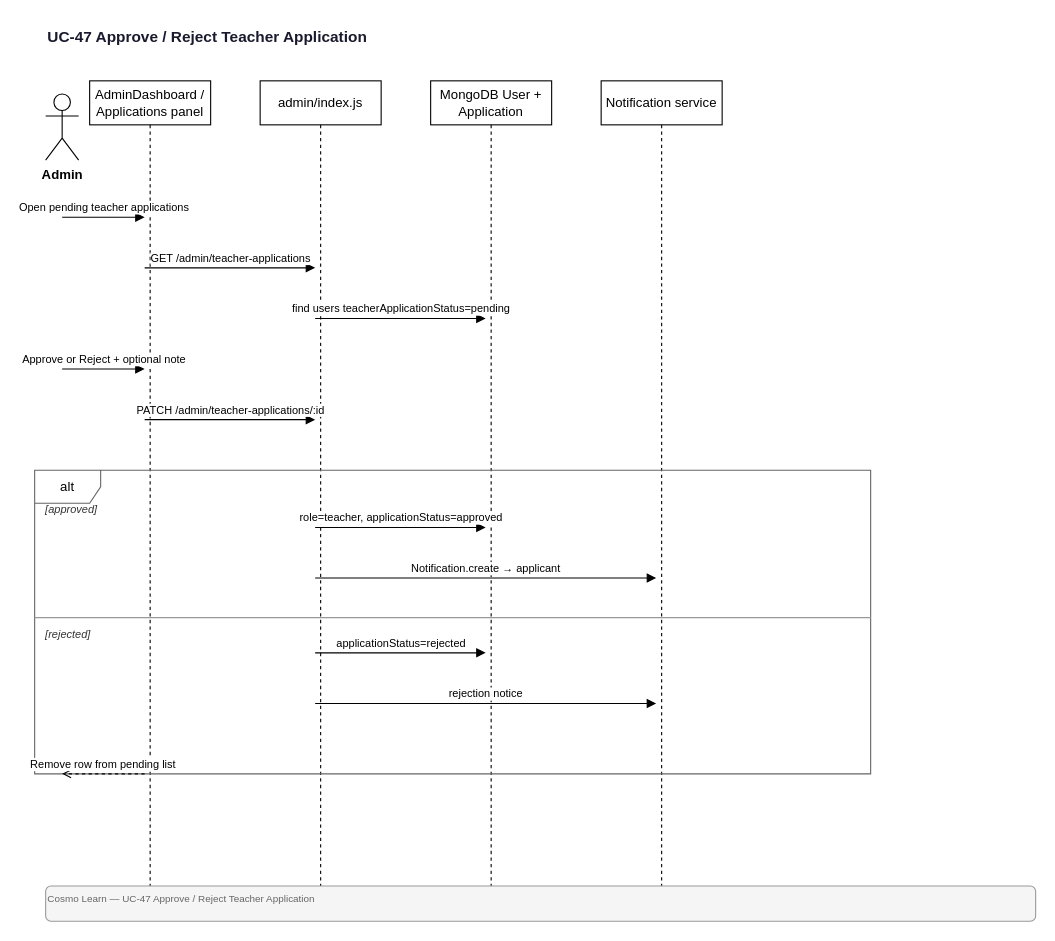
Earlier version of the draw.io diagram docs/diagrams/sequence/UC-47-Approve-Teacher.drawio (quangg1/ASTRO_EDU). Source tidied: cells renumbered, new cells numbered last; positions are measured from the earlier drawing's top-left corner, leaving out a move shared by most shapes. Both pictures are drawn from the tidied source at 110%, with x=0, y=0 at pixel (34, 19).
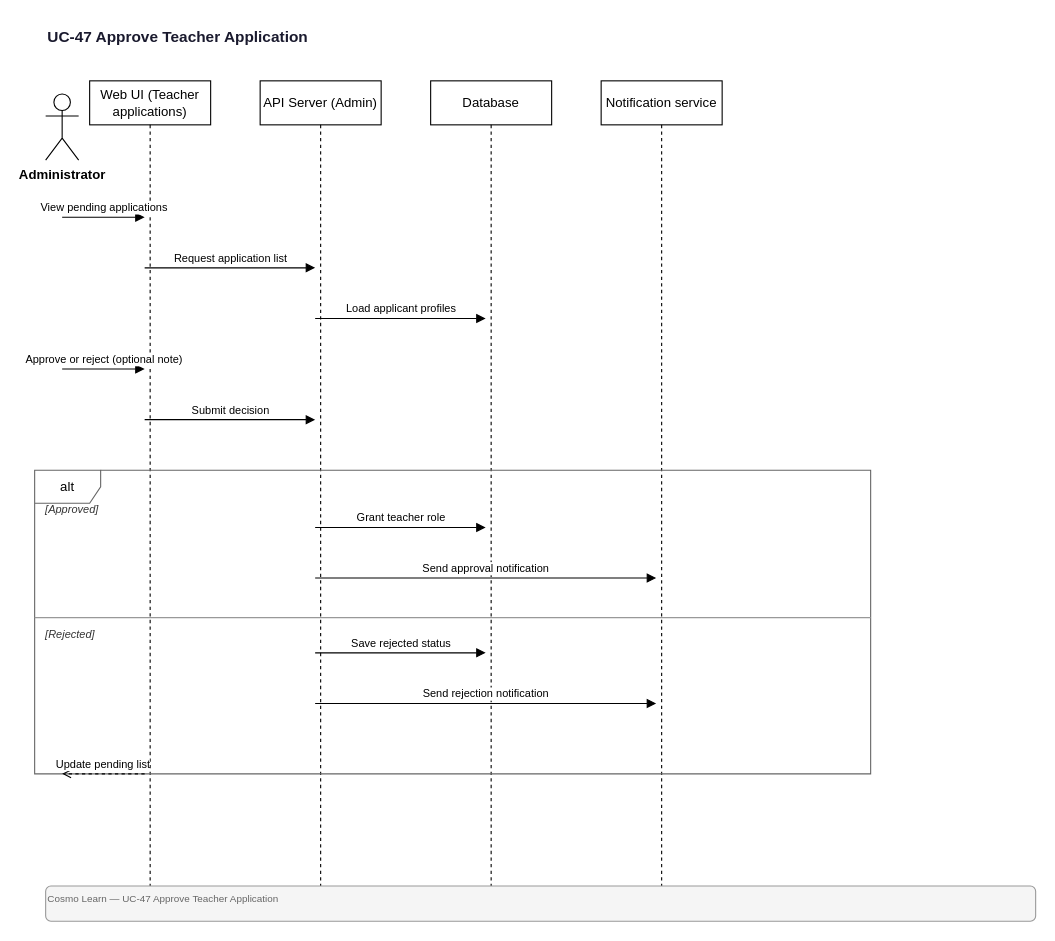
Above is the later version.

Diff of the diagram source:
```diff
@@
-    <mxCell id="2" value="UC-47 Approve / Reject Teacher Application" style="text;html=1;strokeColor=none;fillColor=none;align=left;verticalAlign=middle;fontSize=14;fontStyle=1;fontColor=#1a1a2e;" parent="1" vertex="1">
+    <mxCell id="2" value="UC-47 Approve Teacher Application" style="text;html=1;strokeColor=none;fillColor=none;align=left;verticalAlign=middle;fontSize=14;fontStyle=1;fontColor=#1a1a2e;" parent="1" vertex="1">
       <mxGeometry x="10" width="900" height="32" as="geometry" />
     </mxCell>
-    <mxCell id="3" value="Admin" style="shape=umlActor;verticalLabelPosition=bottom;verticalAlign=top;html=1;fontSize=12;fontStyle=1;" parent="1" vertex="1">
+    <mxCell id="3" value="Administrator" style="shape=umlActor;verticalLabelPosition=bottom;verticalAlign=top;html=1;fontSize=12;fontStyle=1;" parent="1" vertex="1">
       <mxGeometry x="10" y="68" width="30" height="60" as="geometry" />
     </mxCell>
-    <mxCell id="4" value="AdminDashboard / Applications panel" style="shape=umlLifeline;perimeter=lifelinePerimeter;whiteSpace=wrap;html=1;size=40;" parent="1" vertex="1">
-      <mxGeometry x="50" y="56" width="110" height="734" as="geometry" />
-    </mxCell>
-    <mxCell id="5" value="admin/index.js" style="shape=umlLifeline;perimeter=lifelinePerimeter;whiteSpace=wrap;html=1;size=40;" parent="1" vertex="1">
-      <mxGeometry x="205" y="56" width="110" height="734" as="geometry" />
-    </mxCell>
+    <mxCell id="23" value="Web UI (Teacher applications)" style="shape=umlLifeline;perimeter=lifelinePerimeter;whiteSpace=wrap;html=1;size=40;" parent="1" vertex="1">
+      <mxGeometry x="50" y="56" width="110" height="734" as="geometry" />
+    </mxCell>
+    <mxCell id="24" value="API Server (Admin)" style="shape=umlLifeline;perimeter=lifelinePerimeter;whiteSpace=wrap;html=1;size=40;" parent="1" vertex="1">
+      <mxGeometry x="205" y="56" width="110" height="734" as="geometry" />
+    </mxCell>
-    <mxCell id="6" value="MongoDB User + Application" style="shape=umlLifeline;perimeter=lifelinePerimeter;whiteSpace=wrap;html=1;size=40;" parent="1" vertex="1">
+    <mxCell id="6" value="Database" style="shape=umlLifeline;perimeter=lifelinePerimeter;whiteSpace=wrap;html=1;size=40;" parent="1" vertex="1">
       <mxGeometry x="360" y="56" width="110" height="734" as="geometry" />
     </mxCell>
@@
-    <mxCell id="8" value="Open pending teacher applications" style="endArrow=block;endFill=1;html=1;fontSize=10;verticalAlign=bottom;" parent="1" edge="1">
+    <mxCell id="8" value="View pending applications" style="endArrow=block;endFill=1;html=1;fontSize=10;verticalAlign=bottom;" parent="1" edge="1">
       <mxGeometry relative="1" as="geometry">
         <mxPoint x="25" y="180" as="sourcePoint" />
         <mxPoint x="100" y="180" as="targetPoint" />
       </mxGeometry>
     </mxCell>
-    <mxCell id="9" value="GET /admin/teacher-applications" style="endArrow=block;endFill=1;html=1;fontSize=10;verticalAlign=bottom;" parent="1" edge="1">
+    <mxCell id="9" value="Request application list" style="endArrow=block;endFill=1;html=1;fontSize=10;verticalAlign=bottom;" parent="1" edge="1">
       <mxGeometry relative="1" as="geometry">
         <mxPoint x="100" y="226" as="sourcePoint" />
         <mxPoint x="255" y="226" as="targetPoint" />
       </mxGeometry>
     </mxCell>
-    <mxCell id="10" value="find users teacherApplicationStatus=pending" style="endArrow=block;endFill=1;html=1;fontSize=10;verticalAlign=bottom;" parent="1" edge="1">
+    <mxCell id="10" value="Load applicant profiles" style="endArrow=block;endFill=1;html=1;fontSize=10;verticalAlign=bottom;" parent="1" edge="1">
       <mxGeometry relative="1" as="geometry">
         <mxPoint x="255" y="272" as="sourcePoint" />
         <mxPoint x="410" y="272" as="targetPoint" />
       </mxGeometry>
     </mxCell>
-    <mxCell id="11" value="Approve or Reject + optional note" style="endArrow=block;endFill=1;html=1;fontSize=10;verticalAlign=bottom;" parent="1" edge="1">
+    <mxCell id="11" value="Approve or reject (optional note)" style="endArrow=block;endFill=1;html=1;fontSize=10;verticalAlign=bottom;" parent="1" edge="1">
       <mxGeometry relative="1" as="geometry">
         <mxPoint x="25" y="318" as="sourcePoint" />
         <mxPoint x="100" y="318" as="targetPoint" />
       </mxGeometry>
     </mxCell>
-    <mxCell id="12" value="PATCH /admin/teacher-applications/:id" style="endArrow=block;endFill=1;html=1;fontSize=10;verticalAlign=bottom;" parent="1" edge="1">
+    <mxCell id="12" value="Submit decision" style="endArrow=block;endFill=1;html=1;fontSize=10;verticalAlign=bottom;" parent="1" edge="1">
       <mxGeometry relative="1" as="geometry">
         <mxPoint x="100" y="364" as="sourcePoint" />
         <mxPoint x="255" y="364" as="targetPoint" />
       </mxGeometry>
     </mxCell>
@@
-    <mxCell id="14" value="[approved]" style="text;html=1;strokeColor=none;fillColor=none;align=left;verticalAlign=middle;fontSize=10;fontStyle=2;fontColor=#333333;" parent="1" vertex="1">
+    <mxCell id="14" value="[Approved]" style="text;html=1;strokeColor=none;fillColor=none;align=left;verticalAlign=middle;fontSize=10;fontStyle=2;fontColor=#333333;" parent="1" vertex="1">
       <mxGeometry x="8" y="436" width="744" height="18" as="geometry" />
     </mxCell>
-    <mxCell id="15" value="role=teacher, applicationStatus=approved" style="endArrow=block;endFill=1;html=1;fontSize=10;verticalAlign=bottom;" parent="1" edge="1">
+    <mxCell id="15" value="Grant teacher role" style="endArrow=block;endFill=1;html=1;fontSize=10;verticalAlign=bottom;" parent="1" edge="1">
       <mxGeometry relative="1" as="geometry">
         <mxPoint x="255" y="462" as="sourcePoint" />
         <mxPoint x="410" y="462" as="targetPoint" />
       </mxGeometry>
     </mxCell>
-    <mxCell id="16" value="Notification.create → applicant" style="endArrow=block;endFill=1;html=1;fontSize=10;verticalAlign=bottom;" parent="1" edge="1">
+    <mxCell id="16" value="Send approval notification" style="endArrow=block;endFill=1;html=1;fontSize=10;verticalAlign=bottom;" parent="1" edge="1">
       <mxGeometry relative="1" as="geometry">
         <mxPoint x="255" y="508" as="sourcePoint" />
         <mxPoint x="565" y="508" as="targetPoint" />
       </mxGeometry>
     </mxCell>
-    <mxCell id="17" value="[rejected]" style="text;html=1;strokeColor=none;fillColor=none;align=left;verticalAlign=middle;fontSize=10;fontStyle=2;fontColor=#333333;" parent="1" vertex="1">
+    <mxCell id="17" value="[Rejected]" style="text;html=1;strokeColor=none;fillColor=none;align=left;verticalAlign=middle;fontSize=10;fontStyle=2;fontColor=#333333;" parent="1" vertex="1">
       <mxGeometry x="8" y="550" width="744" height="18" as="geometry" />
     </mxCell>
@@
-    <mxCell id="19" value="applicationStatus=rejected" style="endArrow=block;endFill=1;html=1;fontSize=10;verticalAlign=bottom;" parent="1" edge="1">
+    <mxCell id="19" value="Save rejected status" style="endArrow=block;endFill=1;html=1;fontSize=10;verticalAlign=bottom;" parent="1" edge="1">
       <mxGeometry relative="1" as="geometry">
         <mxPoint x="255" y="576" as="sourcePoint" />
         <mxPoint x="410" y="576" as="targetPoint" />
       </mxGeometry>
     </mxCell>
-    <mxCell id="20" value="rejection notice" style="endArrow=block;endFill=1;html=1;fontSize=10;verticalAlign=bottom;" parent="1" edge="1">
+    <mxCell id="20" value="Send rejection notification" style="endArrow=block;endFill=1;html=1;fontSize=10;verticalAlign=bottom;" parent="1" edge="1">
       <mxGeometry relative="1" as="geometry">
         <mxPoint x="255" y="622" as="sourcePoint" />
         <mxPoint x="565" y="622" as="targetPoint" />
       </mxGeometry>
     </mxCell>
-    <mxCell id="21" value="Remove row from pending list" style="endArrow=open;endFill=0;html=1;dashed=1;fontSize=10;verticalAlign=bottom;" parent="1" edge="1">
+    <mxCell id="21" value="Update pending list" style="endArrow=open;endFill=0;html=1;dashed=1;fontSize=10;verticalAlign=bottom;" parent="1" edge="1">
       <mxGeometry relative="1" as="geometry">
         <mxPoint x="100" y="686" as="sourcePoint" />
         <mxPoint x="25" y="686" as="targetPoint" />
       </mxGeometry>
     </mxCell>
-    <mxCell id="22" value="Cosmo Learn — UC-47 Approve / Reject Teacher Application" style="text;html=1;strokeColor=#999;fillColor=#f5f5f5;align=left;verticalAlign=top;fontSize=9;fontColor=#666;rounded=1;" parent="1" vertex="1">
+    <mxCell id="22" value="Cosmo Learn — UC-47 Approve Teacher Application" style="text;html=1;strokeColor=#999;fillColor=#f5f5f5;align=left;verticalAlign=top;fontSize=9;fontColor=#666;rounded=1;" parent="1" vertex="1">
       <mxGeometry x="10" y="788" width="900" height="32" as="geometry" />
     </mxCell>
```
